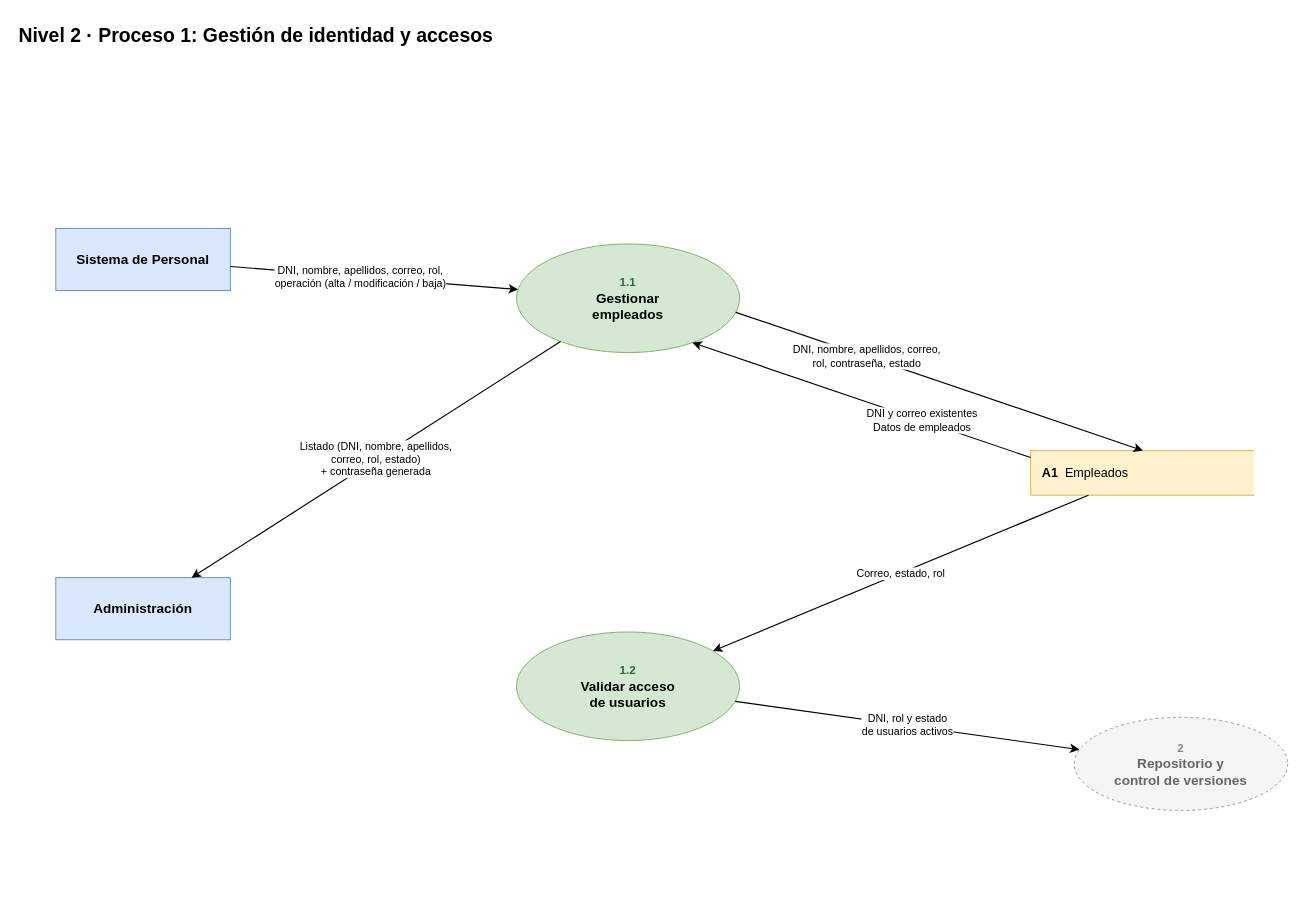
adriivarela06/P2_DDSI keeps this draw.io diagram as page "Nivel 2 · Proceso 1" (3 of 7) of diagramas_sistema_documentacion /dfd/dfd_sistema_documentacion.drawio. Above is the earlier version. Source tidied: cells renumbered, new cells numbered last; positions are measured from the earlier drawing's top-left corner, leaving out a move shared by most shapes. Both pictures are drawn from the tidied source at 97%, with x=0, y=0 at pixel (16, 16).
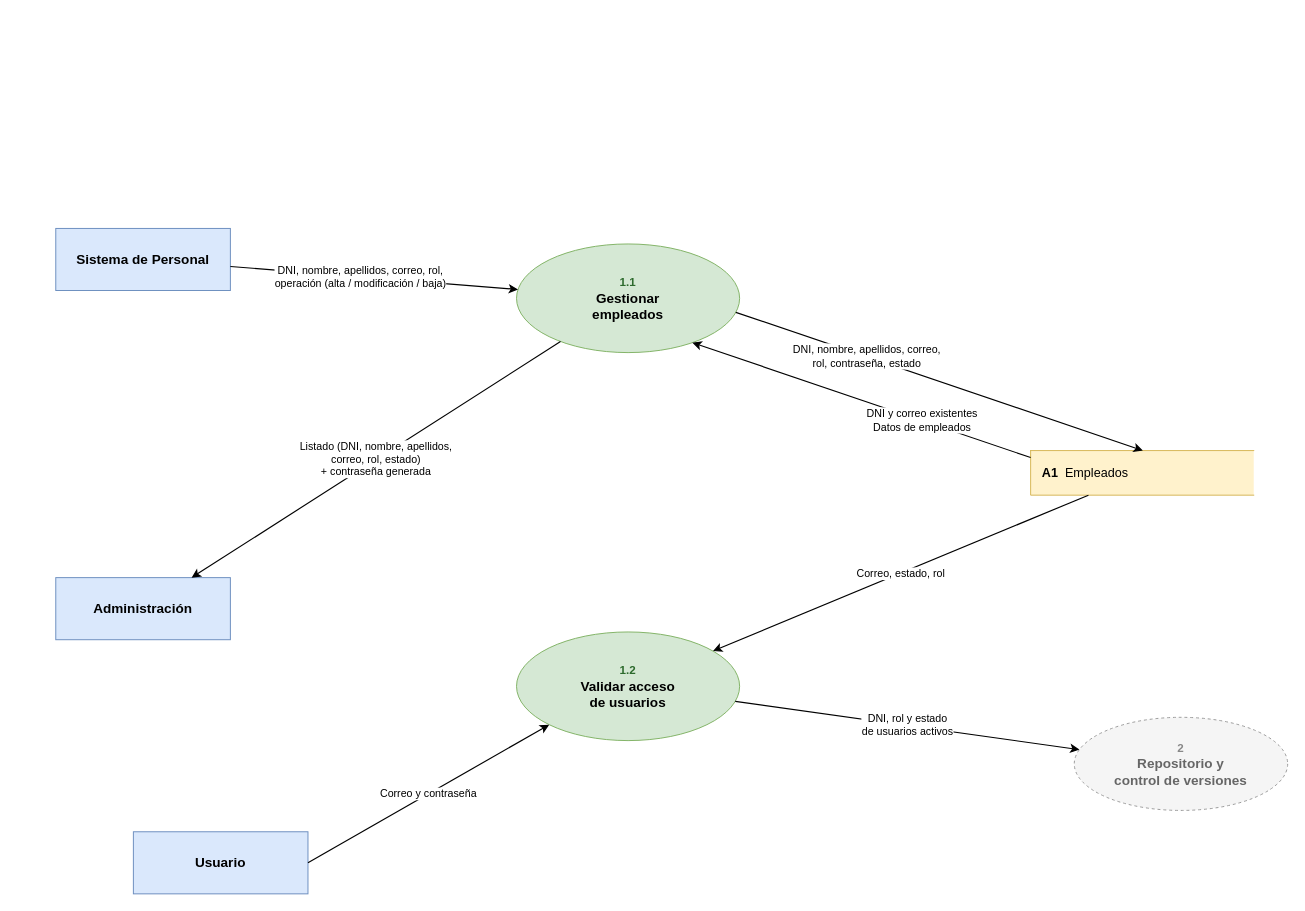
The same page after the edit.

Commit message (it also covers changes not shown here):
Retoque del nivel 2 antes de que el profesor lo vea

The edit, as a diff of the source:
```diff
@@
 <mxGraphModel>
   <root>
     <mxCell id="0" />
     <mxCell id="1" parent="0" />
     <mxCell id="2" value="Sistema de Personal" style="rounded=0;whiteSpace=wrap;html=1;fillColor=#dae8fc;strokeColor=#6c8ebf;fontStyle=1;fontSize=14;" parent="1" vertex="1">
       <mxGeometry x="40" y="218" width="180" height="64" as="geometry" />
     </mxCell>
     <mxCell id="3" value="Administración" style="rounded=0;whiteSpace=wrap;html=1;fillColor=#dae8fc;strokeColor=#6c8ebf;fontStyle=1;fontSize=14;" parent="1" vertex="1">
       <mxGeometry x="40" y="578" width="180" height="64" as="geometry" />
     </mxCell>
     <mxCell id="4" value="&lt;font style=&quot;font-size:12px&quot; color=&quot;#2d6a2d&quot;&gt;1.1&lt;/font&gt;&lt;br&gt;Gestionar&lt;br&gt;empleados" style="ellipse;whiteSpace=wrap;html=1;fillColor=#d5e8d4;strokeColor=#82b366;fontColor=#000000;fontSize=14;fontStyle=1;" parent="1" vertex="1">
       <mxGeometry x="515" y="234" width="230" height="112" as="geometry" />
     </mxCell>
     <mxCell id="5" value="&lt;font style=&quot;font-size:12px&quot; color=&quot;#2d6a2d&quot;&gt;1.2&lt;/font&gt;&lt;br&gt;Validar acceso&lt;br&gt;de usuarios" style="ellipse;whiteSpace=wrap;html=1;fillColor=#d5e8d4;strokeColor=#82b366;fontColor=#000000;fontSize=14;fontStyle=1;" parent="1" vertex="1">
       <mxGeometry x="515" y="634" width="230" height="112" as="geometry" />
     </mxCell>
     <mxCell id="6" value="&lt;b&gt;A1&lt;/b&gt;&amp;nbsp;&amp;nbsp;Empleados" style="shape=partialRectangle;right=0;whiteSpace=wrap;html=1;fillColor=#fff2cc;strokeColor=#d6b656;align=left;spacingLeft=10;fontSize=13;" parent="1" vertex="1">
       <mxGeometry x="1045" y="447" width="230" height="46" as="geometry" />
     </mxCell>
     <mxCell id="7" value="&lt;font style=&quot;font-size:12px&quot; color=&quot;#888888&quot;&gt;2&lt;/font&gt;&lt;br&gt;Repositorio y&lt;br&gt;control de versiones" style="ellipse;whiteSpace=wrap;html=1;fillColor=#f5f5f5;strokeColor=#999999;fontColor=#666666;fontSize=14;fontStyle=1;dashed=1;" parent="1" vertex="1">
       <mxGeometry x="1090" y="722" width="220" height="96" as="geometry" />
     </mxCell>
     <mxCell id="8" value="DNI, nombre, apellidos, correo, rol,&lt;br&gt;operación (alta / modificación / baja)" style="edgeStyle=none;html=1;endArrow=classic;endFill=1;strokeWidth=1.2;fontSize=11;labelBackgroundColor=#ffffff;exitX=1.0000;exitY=0.6125;exitDx=0;exitDy=0;exitPerimeter=0;entryX=0.0066;entryY=0.4189;entryDx=0;entryDy=0;entryPerimeter=0;" parent="1" edge="1" source="2" target="4">
       <mxGeometry x="-0.1" relative="1" as="geometry" />
     </mxCell>
     <mxCell id="9" value="Listado (DNI, nombre, apellidos,&lt;br&gt;correo, rol, estado)&lt;br&gt;+ contraseña generada" style="edgeStyle=none;html=1;endArrow=classic;endFill=1;strokeWidth=1.2;fontSize=11;labelBackgroundColor=#ffffff;exitX=0.1972;exitY=0.8979;exitDx=0;exitDy=0;exitPerimeter=0;entryX=0.7778;entryY=0.0000;entryDx=0;entryDy=0;entryPerimeter=0;" parent="1" edge="1" source="4" target="3">
       <mxGeometry relative="1" as="geometry" />
     </mxCell>
     <mxCell id="10" value="DNI, nombre, apellidos, correo,&lt;br&gt;rol, contraseña, estado" style="edgeStyle=none;html=1;endArrow=classic;endFill=1;strokeWidth=1.2;fontSize=11;labelBackgroundColor=#ffffff;exitX=0.9830;exitY=0.6294;exitDx=0;exitDy=0;exitPerimeter=0;entryX=0.5030;entryY=0.0000;entryDx=0;entryDy=0;entryPerimeter=0;" parent="1" edge="1" source="4" target="6">
       <mxGeometry x="-0.36" relative="1" as="geometry" />
     </mxCell>
     <mxCell id="11" value="DNI y correo existentes&lt;br&gt;Datos de empleados" style="edgeStyle=none;html=1;endArrow=classic;endFill=1;strokeWidth=1.2;fontSize=11;labelBackgroundColor=#ffffff;exitX=0.0000;exitY=0.1560;exitDx=0;exitDy=0;exitPerimeter=0;entryX=0.7883;entryY=0.9085;entryDx=0;entryDy=0;entryPerimeter=0;" parent="1" edge="1" source="6" target="4">
       <mxGeometry x="-0.36" relative="1" as="geometry" />
     </mxCell>
     <mxCell id="12" value="Correo, estado, rol" style="edgeStyle=none;html=1;endArrow=classic;endFill=1;strokeWidth=1.2;fontSize=11;labelBackgroundColor=#ffffff;exitX=0.2591;exitY=1.0000;exitDx=0;exitDy=0;exitPerimeter=0;entryX=0.8805;entryY=0.1756;entryDx=0;entryDy=0;entryPerimeter=0;" parent="1" edge="1" source="6" target="5">
       <mxGeometry relative="1" as="geometry" />
     </mxCell>
     <mxCell id="13" value="DNI, rol y estado&lt;br&gt;de usuarios activos" style="edgeStyle=none;html=1;endArrow=classic;endFill=1;strokeWidth=1.2;fontSize=11;labelBackgroundColor=#ffffff;exitX=0.9804;exitY=0.6385;exitDx=0;exitDy=0;exitPerimeter=0;entryX=0.0240;entryY=0.3469;entryDx=0;entryDy=0;entryPerimeter=0;" parent="1" edge="1" source="5" target="7">
       <mxGeometry relative="1" as="geometry" />
     </mxCell>
-    <mxCell id="14" value="&lt;b&gt;Nivel 2 · Proceso 1: Gestión de identidad y accesos&lt;/b&gt;" style="text;html=1;align=left;fontSize=20;" parent="1" vertex="1">
-      <mxGeometry width="900" height="36" as="geometry" />
-    </mxCell>
+    <mxCell id="15" value="Usuario" style="rounded=0;whiteSpace=wrap;html=1;fillColor=#dae8fc;strokeColor=#6c8ebf;fontStyle=1;fontSize=14;" parent="1" vertex="1">
+      <mxGeometry x="120" y="840" width="180" height="64" as="geometry" />
+    </mxCell>
+    <mxCell id="16" value="Correo y contraseña" style="edgeStyle=none;html=1;endArrow=classic;endFill=1;strokeWidth=1.2;fontSize=11;labelBackgroundColor=#ffffff;exitX=1;exitY=0.5;exitDx=0;exitDy=0;entryX=0;entryY=1;entryDx=0;entryDy=0;" parent="1" edge="1" source="15" target="5">
+      <mxGeometry relative="1" as="geometry" />
+    </mxCell>
   </root>
 </mxGraphModel>
```
